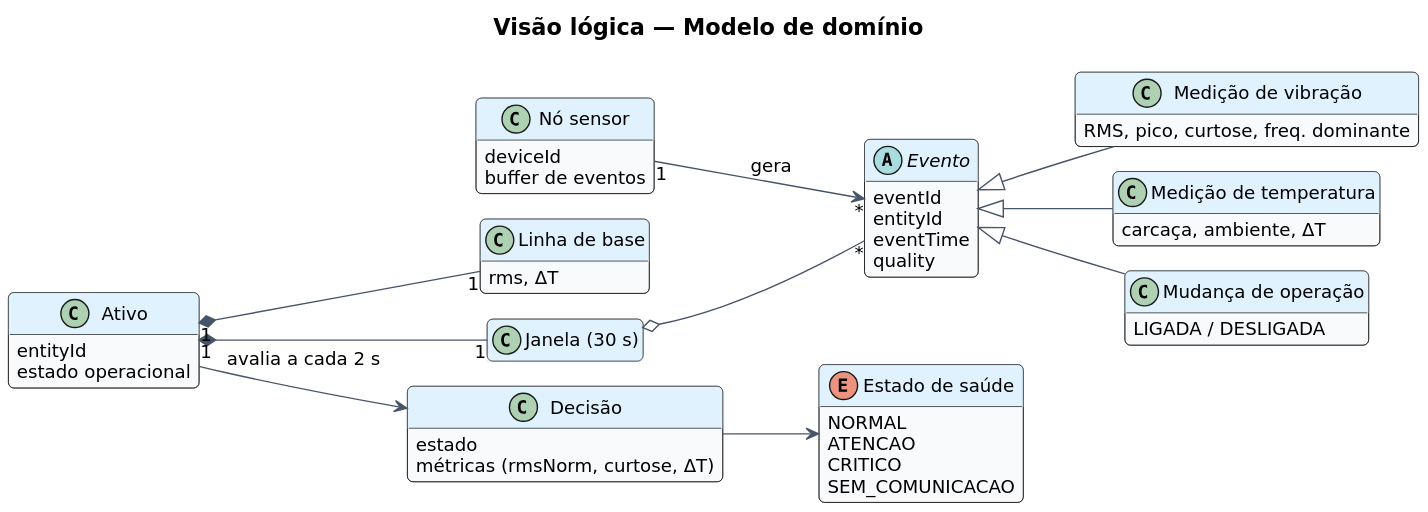
UFG-INF-SSU-2026/swifties keeps this PlantUML diagram as docs/diagramas/svg/logica.svg. Above is the earlier version. Its diagram source:
```plantuml
@startuml
!include _estilo.iuml
title Visão lógica — Modelo de domínio
hide empty members
left to right direction

class "Nó sensor" as No {
  deviceId
  buffer de eventos
}
abstract class Evento {
  eventId
  entityId
  eventTime
  quality
}
class "Medição de vibração" as Vib {
  {field} RMS, pico, curtose, freq. dominante
}
class "Medição de temperatura" as Temp {
  {field} carcaça, ambiente, ΔT
}
class "Mudança de operação" as Op {
  LIGADA / DESLIGADA
}
class Ativo {
  entityId
  estado operacional
}
class "Linha de base" as Base {
  rms, ΔT
}
class "Janela (30 s)" as Janela
class "Decisão" as Decisao {
  estado
  {field} métricas (rmsNorm, curtose, ΔT)
}
enum "Estado de saúde" as Estado {
  NORMAL
  ATENCAO
  CRITICO
  SEM_COMUNICACAO
}

No "1" --> "*" Evento : gera
Evento <|-- Vib
Evento <|-- Temp
Evento <|-- Op
Ativo "1" *-- "1" Janela
Ativo "1" *-- "1" Base
Janela o-- "*" Evento
Ativo --> Decisao : avalia a cada 2 s
Decisao --> Estado
@enduml
```
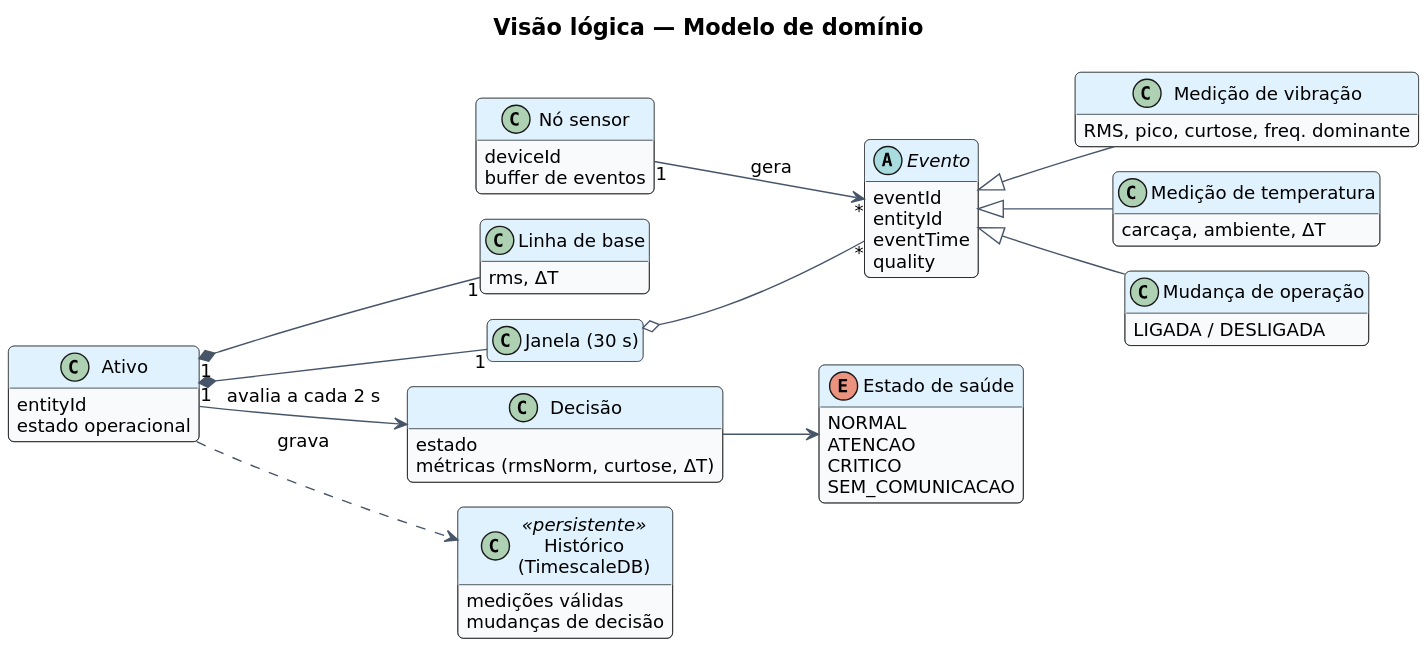
Above is the later version.

Commit message:
docs: inclui a persistência no TimescaleDB

What changed in the source:
```diff
@@ -42,6 +42,11 @@
   SEM_COMUNICACAO
 }
 
+class "Histórico\n(TimescaleDB)" as Hist <<persistente>> {
+  medições válidas
+  mudanças de decisão
+}
+
 No "1" --> "*" Evento : gera
 Evento <|-- Vib
 Evento <|-- Temp
@@ -51,4 +56,5 @@
 Janela o-- "*" Evento
 Ativo --> Decisao : avalia a cada 2 s
 Decisao --> Estado
+Ativo ..> Hist : grava
 @enduml
```
